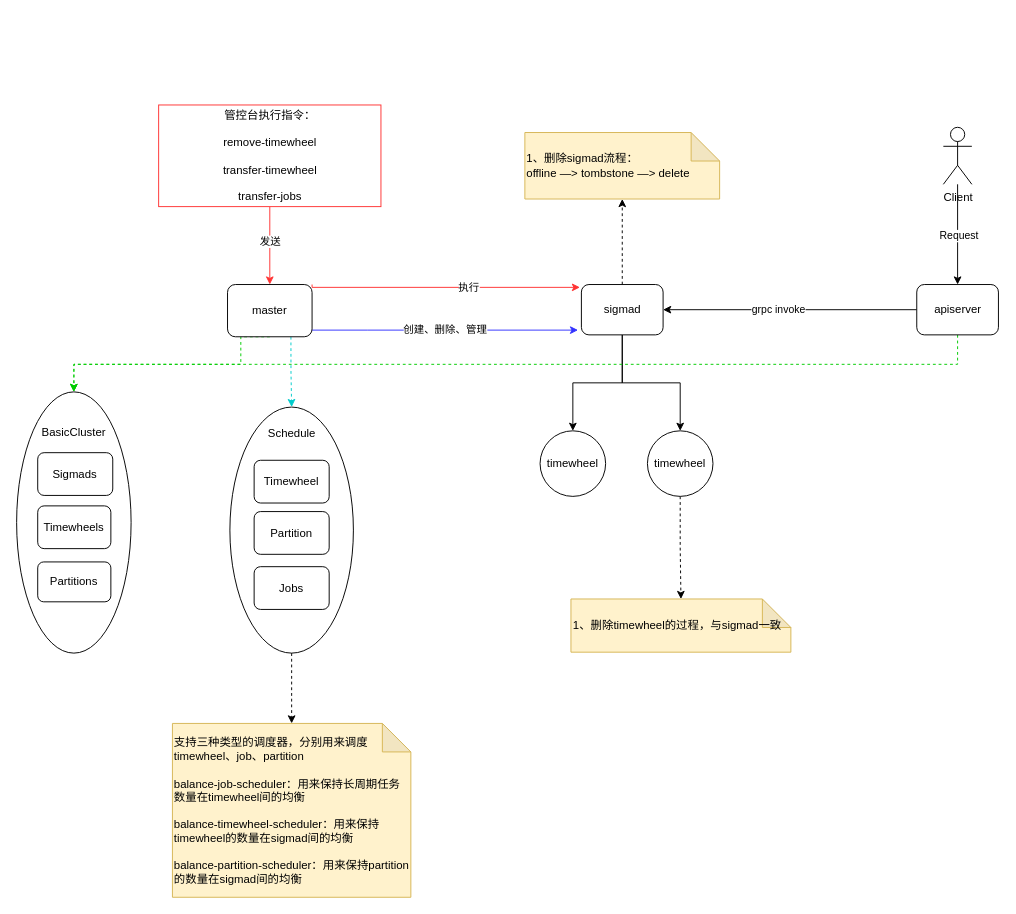
The draw.io diagram sigmax.drawio in gitcodeporter/draw-uml, before the edit. Source tidied: cells renumbered, new cells numbered last; positions are measured from the earlier drawing's top-left corner, leaving out a move shared by most shapes. Both pictures are drawn from the tidied source at 95%, with x=0, y=0 at pixel (16, 104).
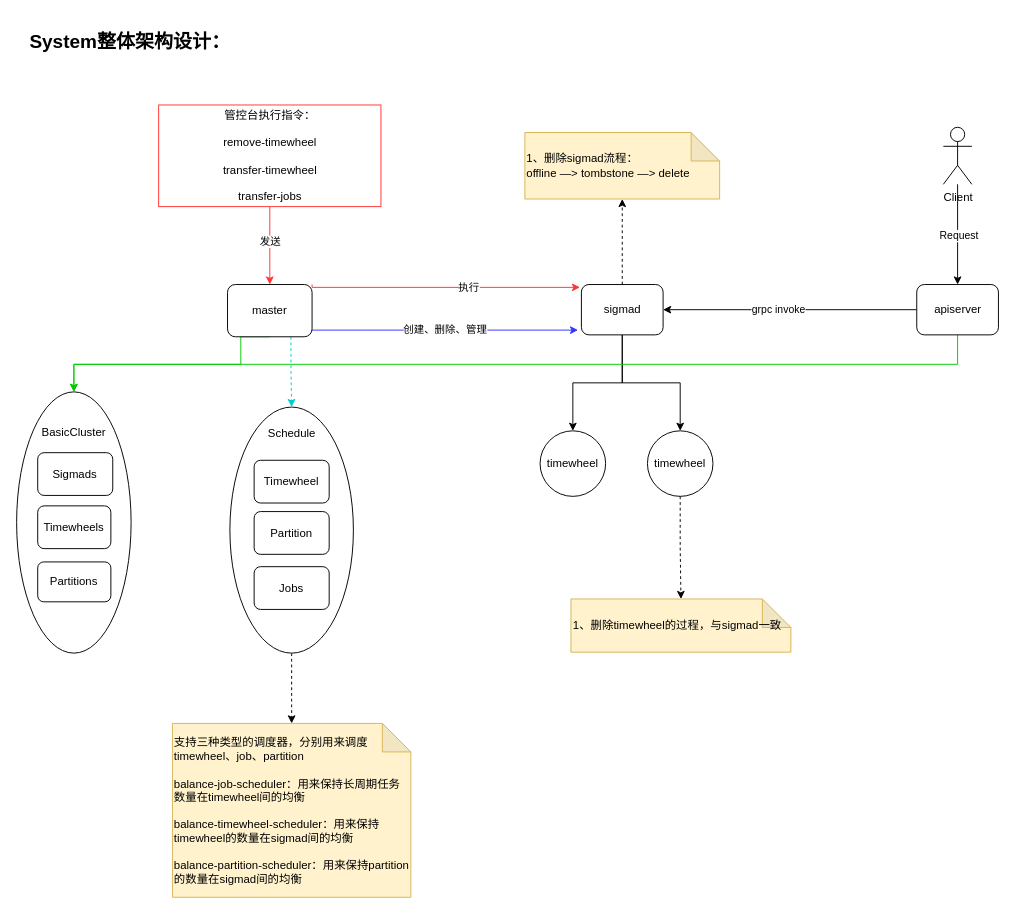
After the change.

The change refers to these unchanged cells:
```xml
<mxCell id="2" value="&lt;br&gt;&lt;br&gt;BasicCluster" style="ellipse;whiteSpace=wrap;html=1;strokeColor=#000000;gradientColor=none;verticalAlign=top;" parent="1" vertex="1">
  <mxGeometry y="302" width="120.5" height="275" as="geometry" />
</mxCell>
<mxCell id="8" value="master" style="rounded=1;whiteSpace=wrap;html=1;" parent="1" vertex="1">
  <mxGeometry x="222" y="189" width="89" height="55" as="geometry" />
</mxCell>
<mxCell id="16" value="apiserver" style="rounded=1;whiteSpace=wrap;html=1;" parent="1" vertex="1">
  <mxGeometry x="947.5" y="189" width="86" height="53" as="geometry" />
</mxCell>
```

What changed in the source:
```diff
@@
-    <mxCell id="6" style="edgeStyle=orthogonalEdgeStyle;rounded=0;jettySize=auto;html=1;exitX=0.5;exitY=1;exitDx=0;exitDy=0;entryX=0.5;entryY=0;entryDx=0;entryDy=0;dashed=1;strokeColor=#00CC00;" parent="1" edge="1" source="8" target="2">
+    <mxCell id="6" style="edgeStyle=orthogonalEdgeStyle;rounded=0;jettySize=auto;html=1;exitX=0.5;exitY=1;exitDx=0;exitDy=0;entryX=0.5;entryY=0;entryDx=0;entryDy=0;strokeColor=#00CC00;" parent="1" edge="1" source="8" target="2">
       <mxGeometry relative="1" as="geometry">
         <Array as="points">
           <mxPoint x="236" y="244" />
           <mxPoint x="236" y="273" />
           <mxPoint x="60" y="273" />
         </Array>
       </mxGeometry>
     </mxCell>
@@
-    <mxCell id="13" style="edgeStyle=orthogonalEdgeStyle;rounded=0;jettySize=auto;html=1;entryX=0.5;entryY=0;entryDx=0;entryDy=0;dashed=1;strokeColor=#00CC00;" parent="1" edge="1" source="16" target="2">
+    <mxCell id="13" style="edgeStyle=orthogonalEdgeStyle;rounded=0;jettySize=auto;html=1;entryX=0.5;entryY=0;entryDx=0;entryDy=0;strokeColor=#00CC00;" parent="1" edge="1" source="16" target="2">
       <mxGeometry relative="1" as="geometry">
         <Array as="points">
           <mxPoint x="991" y="273" />
           <mxPoint x="60" y="273" />
         </Array>
       </mxGeometry>
     </mxCell>
@@
+    <mxCell id="37" value="System整体架构设计：" style="text;html=1;strokeColor=none;fillColor=none;align=center;verticalAlign=middle;whiteSpace=wrap;rounded=0;fontSize=20;fontStyle=1;" parent="1" vertex="1">
+      <mxGeometry y="-93" width="238.8" height="51" as="geometry" />
+    </mxCell>
```
